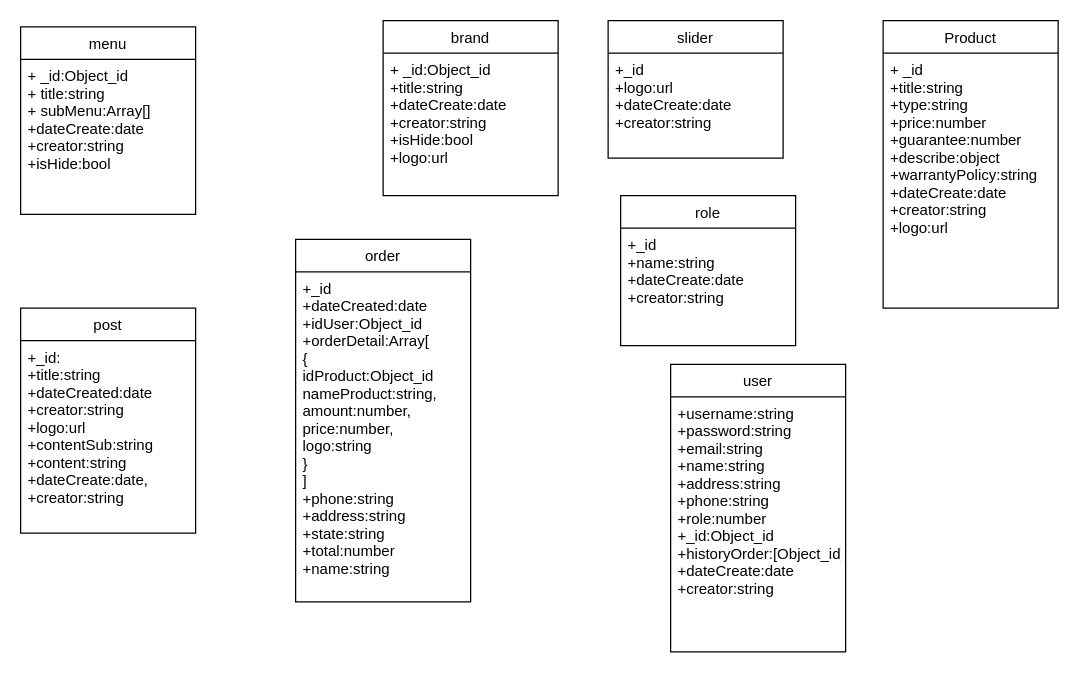
kanaza919/ChuDeNC_BackEnd keeps this draw.io diagram as dongho.drawio. Above is the earlier version. Source tidied: cells renumbered, new cells numbered last; positions are measured from the earlier drawing's top-left corner, leaving out a move shared by most shapes. Both pictures are drawn from the tidied source at 125%, with x=0, y=0 at pixel (20, 20).
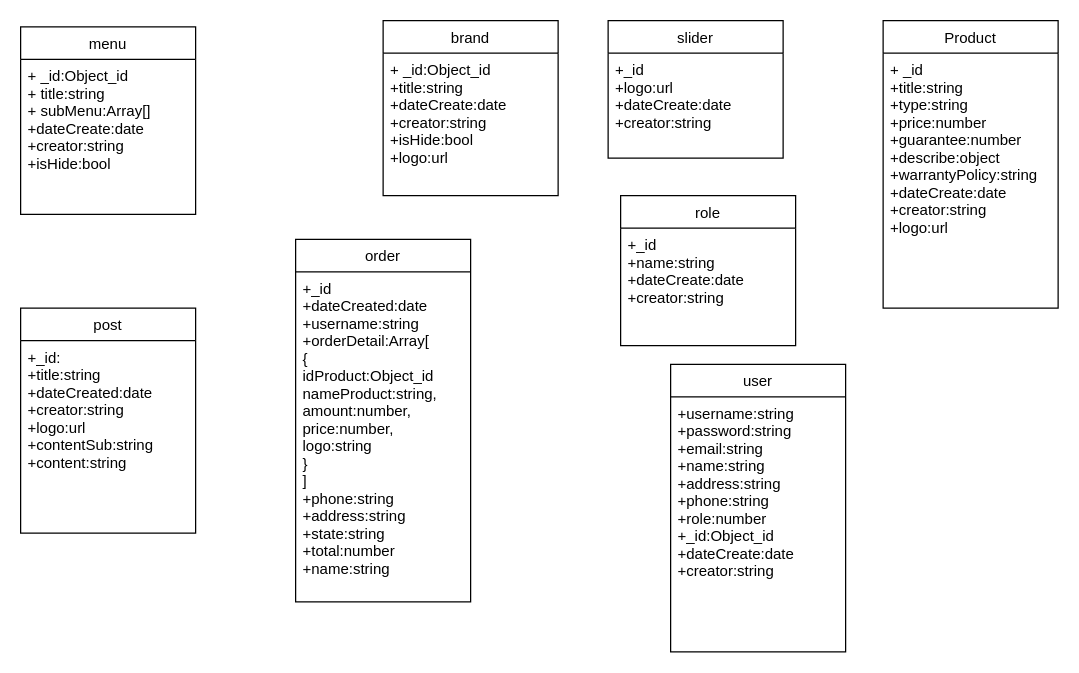
After the change.

Diff of the diagram source:
```diff
@@
 <mxGraphModel background="#ffffff">
   <root>
     <mxCell id="0" />
     <mxCell id="1" parent="0" />
     <mxCell id="2" value="menu" style="swimlane;fontStyle=0;horizontal=1;startSize=26;fillColor=none;" parent="1" vertex="1">
       <mxGeometry y="5" width="140" height="150" as="geometry" />
     </mxCell>
     <mxCell id="3" value="+ _id:Object_id&#10;+ title:string&#10;+ subMenu:Array[]&#10;+dateCreate:date&#10;+creator:string&#10;+isHide:bool" style="text;strokeColor=none;fillColor=none;align=left;verticalAlign=top;spacingLeft=4;spacingRight=4;overflow=hidden;" parent="2" vertex="1">
       <mxGeometry y="26" width="140" height="124" as="geometry" />
     </mxCell>
     <mxCell id="4" value="brand" style="swimlane;fontStyle=0;horizontal=1;startSize=26;fillColor=none;" parent="1" vertex="1">
       <mxGeometry x="290" width="140" height="140" as="geometry" />
     </mxCell>
     <mxCell id="5" value="+ _id:Object_id&#10;+title:string&#10;+dateCreate:date&#10;+creator:string&#10;+isHide:bool&#10;+logo:url" style="text;strokeColor=none;fillColor=none;align=left;verticalAlign=top;spacingLeft=4;spacingRight=4;overflow=hidden;" parent="4" vertex="1">
       <mxGeometry y="26" width="140" height="114" as="geometry" />
     </mxCell>
     <mxCell id="6" value="user" style="swimlane;fontStyle=0;horizontal=1;startSize=26;fillColor=none;" parent="1" vertex="1">
       <mxGeometry x="520" y="275" width="140" height="230" as="geometry" />
     </mxCell>
-    <mxCell id="7" value="+username:string&#10;+password:string&#10;+email:string&#10;+name:string&#10;+address:string&#10;+phone:string&#10;+role:number&#10;+_id:Object_id&#10;+historyOrder:[Object_id]&#10;+dateCreate:date&#10;+creator:string" style="text;strokeColor=none;fillColor=none;align=left;verticalAlign=top;spacingLeft=4;spacingRight=4;overflow=hidden;" parent="6" vertex="1">
+    <mxCell id="7" value="+username:string&#10;+password:string&#10;+email:string&#10;+name:string&#10;+address:string&#10;+phone:string&#10;+role:number&#10;+_id:Object_id&#10;+dateCreate:date&#10;+creator:string" style="text;strokeColor=none;fillColor=none;align=left;verticalAlign=top;spacingLeft=4;spacingRight=4;overflow=hidden;" parent="6" vertex="1">
       <mxGeometry y="26" width="140" height="204" as="geometry" />
     </mxCell>
     <mxCell id="8" value="order" style="swimlane;fontStyle=0;horizontal=1;startSize=26;fillColor=none;" parent="1" vertex="1">
       <mxGeometry x="220" y="175" width="140" height="290" as="geometry" />
     </mxCell>
-    <mxCell id="9" value="+_id&#10;+dateCreated:date&#10;+idUser:Object_id&#10;+orderDetail:Array[&#10;{&#10;idProduct:Object_id&#10;nameProduct:string,&#10;amount:number,&#10;price:number,&#10;logo:string&#10;}&#10;]&#10;+phone:string&#10;+address:string&#10;+state:string&#10;+total:number&#10;+name:string" style="text;strokeColor=none;fillColor=none;align=left;verticalAlign=top;spacingLeft=4;spacingRight=4;overflow=hidden;" parent="8" vertex="1">
+    <mxCell id="9" value="+_id&#10;+dateCreated:date&#10;+username:string&#10;+orderDetail:Array[&#10;{&#10;idProduct:Object_id&#10;nameProduct:string,&#10;amount:number,&#10;price:number,&#10;logo:string&#10;}&#10;]&#10;+phone:string&#10;+address:string&#10;+state:string&#10;+total:number&#10;+name:string" style="text;strokeColor=none;fillColor=none;align=left;verticalAlign=top;spacingLeft=4;spacingRight=4;overflow=hidden;" parent="8" vertex="1">
       <mxGeometry y="26" width="140" height="264" as="geometry" />
     </mxCell>
     <mxCell id="10" value="Product" style="swimlane;fontStyle=0;horizontal=1;startSize=26;fillColor=none;" parent="1" vertex="1">
       <mxGeometry x="690" width="140" height="230" as="geometry" />
     </mxCell>
     <mxCell id="11" value="+ _id&#10;+title:string&#10;+type:string&#10;+price:number&#10;+guarantee:number&#10;+describe:object&#10;+warrantyPolicy:string&#10;+dateCreate:date&#10;+creator:string&#10;+logo:url" style="text;strokeColor=none;fillColor=none;align=left;verticalAlign=top;spacingLeft=4;spacingRight=4;overflow=hidden;" parent="10" vertex="1">
       <mxGeometry y="26" width="140" height="204" as="geometry" />
     </mxCell>
     <mxCell id="12" value="post" style="swimlane;fontStyle=0;horizontal=1;startSize=26;fillColor=none;" parent="1" vertex="1">
       <mxGeometry y="230" width="140" height="180" as="geometry" />
     </mxCell>
-    <mxCell id="13" value="+_id:&#10;+title:string&#10;+dateCreated:date&#10;+creator:string&#10;+logo:url&#10;+contentSub:string&#10;+content:string&#10;+dateCreate:date,&#10;+creator:string" style="text;strokeColor=none;fillColor=none;align=left;verticalAlign=top;spacingLeft=4;spacingRight=4;overflow=hidden;" parent="12" vertex="1">
+    <mxCell id="13" value="+_id:&#10;+title:string&#10;+dateCreated:date&#10;+creator:string&#10;+logo:url&#10;+contentSub:string&#10;+content:string&#10;" style="text;strokeColor=none;fillColor=none;align=left;verticalAlign=top;spacingLeft=4;spacingRight=4;overflow=hidden;" parent="12" vertex="1">
       <mxGeometry y="26" width="140" height="154" as="geometry" />
     </mxCell>
     <mxCell id="14" value="slider" style="swimlane;fontStyle=0;horizontal=1;startSize=26;fillColor=none;" parent="1" vertex="1">
       <mxGeometry x="470" width="140" height="110" as="geometry" />
     </mxCell>
     <mxCell id="15" value="+_id&#10;+logo:url&#10;+dateCreate:date&#10;+creator:string" style="text;strokeColor=none;fillColor=none;align=left;verticalAlign=top;spacingLeft=4;spacingRight=4;overflow=hidden;" parent="14" vertex="1">
       <mxGeometry y="26" width="140" height="84" as="geometry" />
     </mxCell>
     <mxCell id="16" value="role" style="swimlane;fontStyle=0;horizontal=1;startSize=26;fillColor=none;" parent="1" vertex="1">
       <mxGeometry x="480" y="140" width="140" height="120" as="geometry" />
     </mxCell>
     <mxCell id="17" value="+_id&#10;+name:string&#10;+dateCreate:date&#10;+creator:string" style="text;strokeColor=none;fillColor=none;align=left;verticalAlign=top;spacingLeft=4;spacingRight=4;overflow=hidden;" parent="16" vertex="1">
       <mxGeometry y="26" width="140" height="94" as="geometry" />
     </mxCell>
   </root>
 </mxGraphModel>
```
